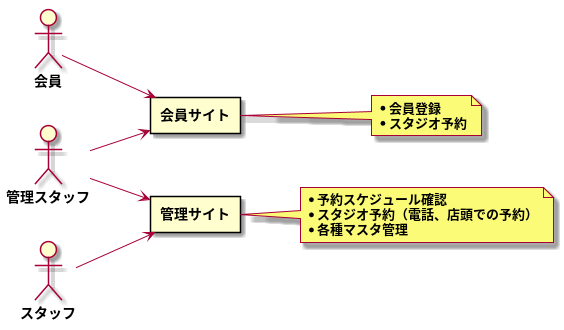
TakashiOnawa/ddd-practice-studio-reservation keeps this PlantUML diagram as modeling/SiteStructure/SiteStructure.png. Above is the earlier version.
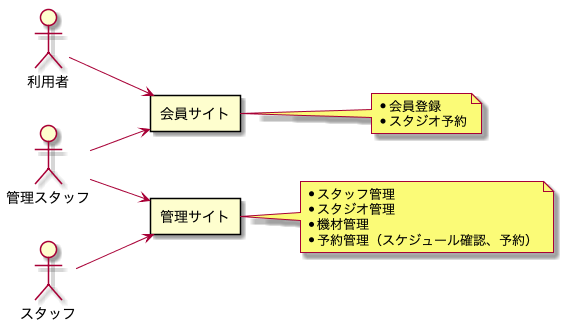
After the commit.

Change to the diagram source:
```diff
@@ -2,14 +2,14 @@
 
 left to right direction
 
-actor 会員
+actor 利用者
 actor スタッフ
 actor 管理スタッフ
 
 rectangle 会員サイト
 rectangle 管理サイト
 
-会員 --> 会員サイト
+利用者 --> 会員サイト
 スタッフ --> 管理サイト
 管理スタッフ --> 管理サイト
 管理スタッフ --> 会員サイト
@@ -20,9 +20,10 @@
 end note
 
 note right of 管理サイト
-* 予約スケジュール確認
-* スタジオ予約（電話、店頭での予約）
-* 各種マスタ管理
+* スタッフ管理
+* スタジオ管理
+* 機材管理
+* 予約管理（スケジュール確認、予約）
 end note
 
 @enduml
```
